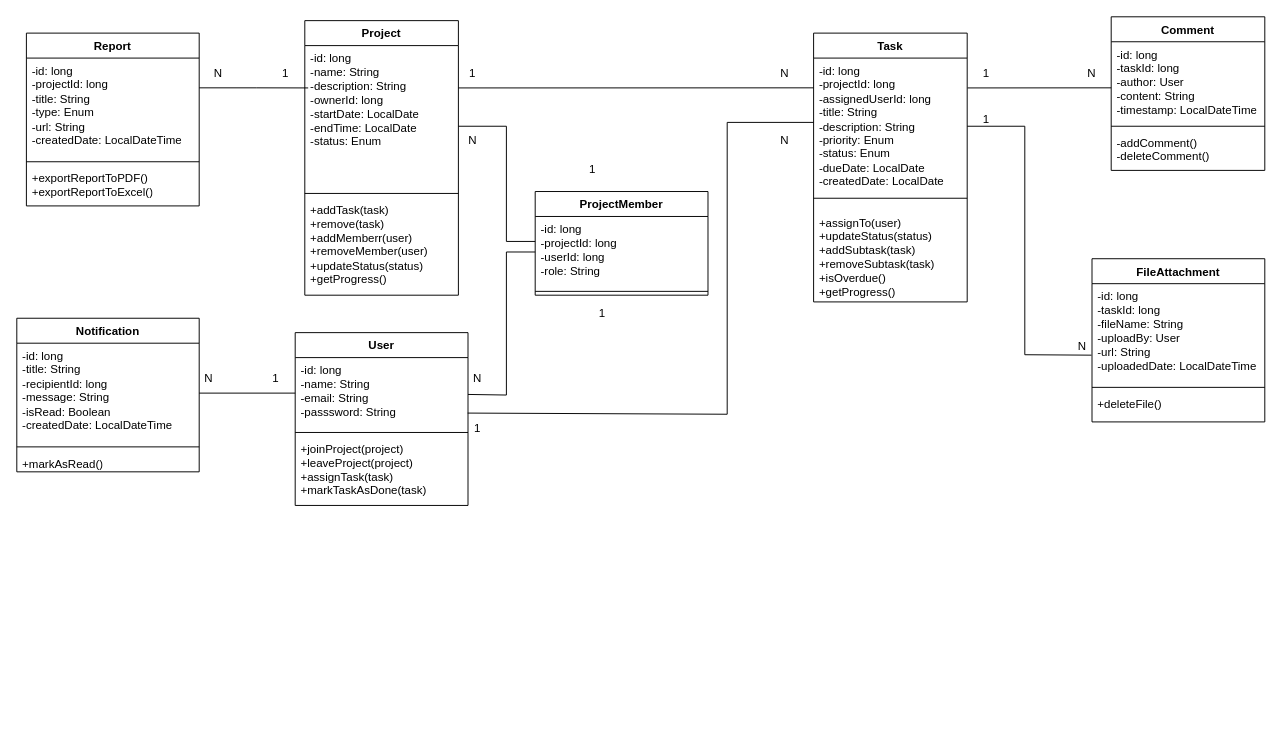
Earlier version of the draw.io diagram ClassDiagram.drawio (nguyen2f/UNIWork). Source tidied: cells renumbered, new cells numbered last; positions are measured from the earlier drawing's top-left corner, leaving out a move shared by most shapes. Both pictures are drawn from the tidied source at 96%, with x=0, y=0 at pixel (16, 16).
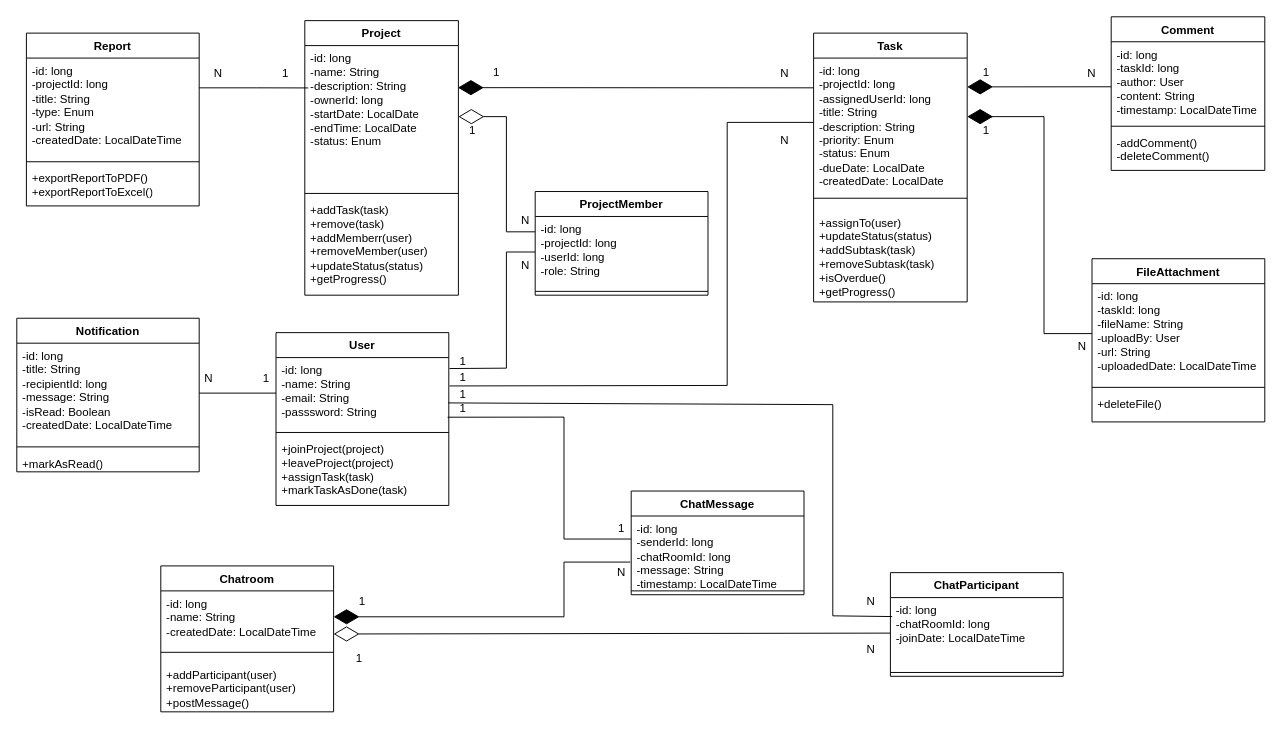
After the change.

Unchanged cells that the change refers to:
```xml
<mxCell id="3" value="-id: long&lt;div&gt;-name: String&lt;/div&gt;&lt;div&gt;-description: String&lt;/div&gt;&lt;div&gt;-ownerId: long&lt;/div&gt;&lt;div&gt;-startDate: LocalDate&lt;/div&gt;&lt;div&gt;-endTime: LocalDate&lt;/div&gt;&lt;div&gt;-status: Enum&lt;/div&gt;&lt;div&gt;&lt;br&gt;&lt;/div&gt;" style="text;strokeColor=none;fillColor=none;align=left;verticalAlign=top;spacingLeft=4;spacingRight=4;overflow=hidden;points=[[0,0.5],[1,0.5]];portConstraint=eastwest;whiteSpace=wrap;html=1;" parent="2" vertex="1">
  <mxGeometry y="26" width="160" height="150" as="geometry" />
</mxCell>
<mxCell id="7" value="-id: long&lt;div&gt;-projectId: long&lt;/div&gt;&lt;div&gt;-assignedUserId: long&lt;br&gt;&lt;div&gt;-title: String&lt;/div&gt;&lt;div&gt;-description: String&lt;/div&gt;&lt;div&gt;&lt;span style=&quot;background-color: transparent; color: light-dark(rgb(0, 0, 0), rgb(255, 255, 255));&quot;&gt;-priority: Enum&lt;/span&gt;&lt;/div&gt;&lt;div&gt;-status: Enum&lt;/div&gt;&lt;div&gt;-dueDate:&amp;nbsp;&lt;span style=&quot;background-color: transparent; color: light-dark(rgb(0, 0, 0), rgb(255, 255, 255));&quot;&gt;LocalDate&lt;/span&gt;&lt;/div&gt;&lt;div&gt;-createdDate:&amp;nbsp;&lt;span style=&quot;background-color: transparent; color: light-dark(rgb(0, 0, 0), rgb(255, 255, 255));&quot;&gt;LocalDate&lt;/span&gt;&lt;/div&gt;&lt;div&gt;-updateDate:&amp;nbsp;&lt;span style=&quot;background-color: transparent; color: light-dark(rgb(0, 0, 0), rgb(255, 255, 255));&quot;&gt;LocalDate&lt;/span&gt;&lt;/div&gt;&lt;div&gt;&lt;br&gt;&lt;/div&gt;&lt;/div&gt;" style="text;strokeColor=none;fillColor=none;align=left;verticalAlign=top;spacingLeft=4;spacingRight=4;overflow=hidden;points=[[0,0.5],[1,0.5]];portConstraint=eastwest;whiteSpace=wrap;html=1;" parent="6" vertex="1">
  <mxGeometry y="26" width="160" height="134" as="geometry" />
</mxCell>
<mxCell id="12" value="-id: long&lt;div&gt;&lt;span style=&quot;background-color: transparent; color: light-dark(rgb(0, 0, 0), rgb(255, 255, 255));&quot;&gt;-name: String&lt;/span&gt;&lt;div&gt;-email: String&lt;/div&gt;&lt;div&gt;-passsword: String&lt;/div&gt;&lt;/div&gt;" style="text;strokeColor=none;fillColor=none;align=left;verticalAlign=top;spacingLeft=4;spacingRight=4;overflow=hidden;points=[[0,0.5],[1,0.5]];portConstraint=eastwest;whiteSpace=wrap;html=1;" parent="11" vertex="1">
  <mxGeometry y="26" width="180" height="74" as="geometry" />
</mxCell>
<mxCell id="20" value="-id: long&lt;div&gt;-taskId: long&lt;br&gt;&lt;div&gt;&lt;span style=&quot;background-color: transparent; color: light-dark(rgb(0, 0, 0), rgb(255, 255, 255));&quot;&gt;-fileName: String&lt;/span&gt;&lt;/div&gt;&lt;div&gt;&lt;span style=&quot;background-color: transparent; color: light-dark(rgb(0, 0, 0), rgb(255, 255, 255));&quot;&gt;-uploadBy: User&lt;/span&gt;&lt;/div&gt;&lt;div&gt;-url: String&lt;/div&gt;&lt;div&gt;-uploadedDate:&amp;nbsp;&lt;span style=&quot;background-color: transparent; color: light-dark(rgb(0, 0, 0), rgb(255, 255, 255));&quot;&gt;LocalDateTime&lt;/span&gt;&lt;/div&gt;&lt;div&gt;&lt;br&gt;&lt;/div&gt;&lt;/div&gt;" style="text;strokeColor=none;fillColor=none;align=left;verticalAlign=top;spacingLeft=4;spacingRight=4;overflow=hidden;points=[[0,0.5],[1,0.5]];portConstraint=eastwest;whiteSpace=wrap;html=1;" parent="19" vertex="1">
  <mxGeometry y="26" width="180" height="104" as="geometry" />
</mxCell>
<mxCell id="28" value="N" style="text;strokeColor=none;align=center;fillColor=none;html=1;verticalAlign=middle;whiteSpace=wrap;rounded=0;" parent="1" vertex="1">
  <mxGeometry x="770" y="44" width="60" height="30" as="geometry" />
</mxCell>
<mxCell id="40" value="-id: long&lt;div&gt;-projectId: long&lt;/div&gt;&lt;div&gt;-userId: long&lt;/div&gt;&lt;div&gt;-role: String&lt;/div&gt;" style="text;strokeColor=none;fillColor=none;align=left;verticalAlign=top;spacingLeft=4;spacingRight=4;overflow=hidden;points=[[0,0.5],[1,0.5]];portConstraint=eastwest;whiteSpace=wrap;html=1;" parent="39" vertex="1">
  <mxGeometry y="26" width="180" height="74" as="geometry" />
</mxCell>
<mxCell id="49" value="N" style="text;strokeColor=none;align=center;fillColor=none;html=1;verticalAlign=middle;whiteSpace=wrap;rounded=0;" parent="1" vertex="1">
  <mxGeometry x="1090" y="44" width="60" height="30" as="geometry" />
</mxCell>
```

Change to the diagram source:
```diff
@@
     <mxCell id="11" value="User" style="swimlane;fontStyle=1;align=center;verticalAlign=top;horizontal=1;startSize=26;whiteSpace=wrap;html=1;" parent="1" vertex="1">
-      <mxGeometry x="290" y="329" width="180" height="180" as="geometry" />
+      <mxGeometry x="270" y="329" width="180" height="180" as="geometry" />
     </mxCell>
@@
-    <mxCell id="27" value="N" style="text;strokeColor=none;align=center;fillColor=none;html=1;verticalAlign=middle;whiteSpace=wrap;rounded=0;" parent="1" vertex="1">
-      <mxGeometry x="445" y="362" width="70" height="30" as="geometry" />
+    <mxCell id="27" value="1" style="text;strokeColor=none;align=center;fillColor=none;html=1;verticalAlign=middle;whiteSpace=wrap;rounded=0;" parent="1" vertex="1">
+      <mxGeometry x="430" y="344" width="70" height="30" as="geometry" />
     </mxCell>
@@
     <mxCell id="29" value="1" style="text;strokeColor=none;align=center;fillColor=none;html=1;verticalAlign=middle;whiteSpace=wrap;rounded=0;" parent="1" vertex="1">
-      <mxGeometry x="445" y="44" width="60" height="30" as="geometry" />
+      <mxGeometry x="470" y="43" width="60" height="30" as="geometry" />
     </mxCell>
     <mxCell id="30" value="1" style="text;strokeColor=none;align=center;fillColor=none;html=1;verticalAlign=middle;whiteSpace=wrap;rounded=0;" parent="1" vertex="1">
-      <mxGeometry x="450" y="414" width="60" height="30" as="geometry" />
+      <mxGeometry x="435" y="370" width="60" height="48" as="geometry" />
     </mxCell>
     <mxCell id="31" value="1" style="text;strokeColor=none;align=center;fillColor=none;html=1;verticalAlign=middle;whiteSpace=wrap;rounded=0;" parent="1" vertex="1">
-      <mxGeometry x="240" y="362" width="60" height="30" as="geometry" />
+      <mxGeometry x="230" y="362" width="60" height="30" as="geometry" />
     </mxCell>
@@
     <mxCell id="33" value="1" style="text;strokeColor=none;align=center;fillColor=none;html=1;verticalAlign=middle;whiteSpace=wrap;rounded=0;" parent="1" vertex="1">
-      <mxGeometry x="980" y="92" width="60" height="30" as="geometry" />
+      <mxGeometry x="980" y="104" width="60" height="30" as="geometry" />
     </mxCell>
     <mxCell id="34" value="1" style="text;strokeColor=none;align=center;fillColor=none;html=1;verticalAlign=middle;whiteSpace=wrap;rounded=0;" parent="1" vertex="1">
-      <mxGeometry x="980" y="44" width="60" height="30" as="geometry" />
+      <mxGeometry x="980" y="43" width="60" height="30" as="geometry" />
     </mxCell>
@@
-    <mxCell id="37" value="N" style="text;strokeColor=none;align=center;fillColor=none;html=1;verticalAlign=middle;whiteSpace=wrap;rounded=0;" parent="1" vertex="1">
-      <mxGeometry x="445" y="114" width="60" height="30" as="geometry" />
+    <mxCell id="37" value="1" style="text;strokeColor=none;align=center;fillColor=none;html=1;verticalAlign=middle;whiteSpace=wrap;rounded=0;" parent="1" vertex="1">
+      <mxGeometry x="445" y="104" width="60" height="30" as="geometry" />
     </mxCell>
@@
-    <mxCell id="42" value="1" style="text;strokeColor=none;align=center;fillColor=none;html=1;verticalAlign=middle;whiteSpace=wrap;rounded=0;" parent="1" vertex="1">
-      <mxGeometry x="570" y="144" width="60" height="30" as="geometry" />
+    <mxCell id="42" value="N&lt;div&gt;&lt;br/&gt;&lt;/div&gt;" style="text;strokeColor=none;align=center;fillColor=none;html=1;verticalAlign=middle;whiteSpace=wrap;rounded=0;" parent="1" vertex="1">
+      <mxGeometry x="500" y="204" width="60" height="30" as="geometry" />
     </mxCell>
-    <mxCell id="43" value="1" style="text;strokeColor=none;align=center;fillColor=none;html=1;verticalAlign=middle;whiteSpace=wrap;rounded=0;" parent="1" vertex="1">
-      <mxGeometry x="580" y="294" width="60" height="30" as="geometry" />
+    <mxCell id="43" value="N" style="text;strokeColor=none;align=center;fillColor=none;html=1;verticalAlign=middle;whiteSpace=wrap;rounded=0;" parent="1" vertex="1">
+      <mxGeometry x="500" y="244" width="60" height="30" as="geometry" />
     </mxCell>
@@
-    <mxCell id="52" style="endArrow=none;html=1;rounded=0;entryX=1;entryY=1;entryDx=0;entryDy=0;exitX=1;exitY=0.294;exitDx=0;exitDy=0;exitPerimeter=0;" parent="1" edge="1" source="3" target="28">
-      <mxGeometry relative="1" as="geometry" />
-    </mxCell>
-    <mxCell id="53" style="endArrow=none;html=1;rounded=0;" parent="1" edge="1">
-      <mxGeometry relative="1" as="geometry">
-        <mxPoint x="460" y="114" as="sourcePoint" />
-        <mxPoint x="540" y="234" as="targetPoint" />
-        <Array as="points">
-          <mxPoint x="510" y="114" />
-          <mxPoint x="510" y="234" />
-        </Array>
-      </mxGeometry>
-    </mxCell>
-    <mxCell id="54" style="endArrow=none;html=1;rounded=0;entryX=0;entryY=0.5;entryDx=0;entryDy=0;" parent="1" edge="1" source="12" target="40">
+    <mxCell id="54" style="endArrow=none;html=1;rounded=0;entryX=0;entryY=0.5;entryDx=0;entryDy=0;exitX=1.004;exitY=0.154;exitDx=0;exitDy=0;exitPerimeter=0;" parent="1" edge="1" source="12" target="40">
       <mxGeometry relative="1" as="geometry">
         <Array as="points">
-          <mxPoint x="510" y="394" />
+          <mxPoint x="510" y="366" />
           <mxPoint x="510" y="245" />
         </Array>
       </mxGeometry>
     </mxCell>
-    <mxCell id="55" style="endArrow=none;html=1;rounded=0;exitX=0.998;exitY=0.781;exitDx=0;exitDy=0;exitPerimeter=0;" parent="1" edge="1" source="12" target="7">
+    <mxCell id="55" style="endArrow=none;html=1;rounded=0;exitX=1.004;exitY=0.399;exitDx=0;exitDy=0;exitPerimeter=0;" parent="1" edge="1" source="12" target="7">
       <mxGeometry relative="1" as="geometry">
         <Array as="points">
-          <mxPoint x="740" y="414" />
+          <mxPoint x="740" y="384" />
           <mxPoint x="740" y="110" />
         </Array>
       </mxGeometry>
     </mxCell>
-    <mxCell id="56" style="endArrow=none;html=1;rounded=0;exitX=1.002;exitY=0.232;exitDx=0;exitDy=0;exitPerimeter=0;" parent="1" edge="1" source="7">
-      <mxGeometry relative="1" as="geometry">
-        <mxPoint x="1140" y="74" as="targetPoint" />
-      </mxGeometry>
-    </mxCell>
-    <mxCell id="57" style="endArrow=none;html=1;rounded=0;entryX=-0.003;entryY=0.716;entryDx=0;entryDy=0;entryPerimeter=0;" parent="1" edge="1" target="20">
-      <mxGeometry relative="1" as="geometry">
-        <mxPoint x="990" y="114" as="sourcePoint" />
-        <Array as="points">
-          <mxPoint x="1050" y="114" />
-          <mxPoint x="1050" y="352" />
-        </Array>
-      </mxGeometry>
-    </mxCell>
+    <mxCell id="58" value="Chatroom" style="swimlane;fontStyle=1;align=center;verticalAlign=top;horizontal=1;startSize=26;whiteSpace=wrap;html=1;" parent="1" vertex="1">
+      <mxGeometry x="150" y="572" width="180" height="152" as="geometry" />
+    </mxCell>
+    <mxCell id="59" value="-id: long&lt;div&gt;&lt;span style=&quot;background-color: transparent; color: light-dark(rgb(0, 0, 0), rgb(255, 255, 255));&quot;&gt;-name: String&lt;/span&gt;&lt;div&gt;-createdDate: LocalDateTime&lt;/div&gt;&lt;/div&gt;" style="text;strokeColor=none;fillColor=none;align=left;verticalAlign=top;spacingLeft=4;spacingRight=4;overflow=hidden;points=[[0,0.5],[1,0.5]];portConstraint=eastwest;whiteSpace=wrap;html=1;" parent="58" vertex="1">
+      <mxGeometry y="26" width="180" height="54" as="geometry" />
+    </mxCell>
+    <mxCell id="60" style="line;strokeWidth=1;fillColor=none;align=left;verticalAlign=middle;spacingTop=-1;spacingLeft=3;spacingRight=3;labelPosition=right;strokeColor=inherit;" parent="58" vertex="1">
+      <mxGeometry y="80" width="180" height="20" as="geometry" />
+    </mxCell>
+    <mxCell id="61" value="+addParticipant(user)&lt;br&gt;&lt;div&gt;&lt;span style=&quot;background-color: transparent; color: light-dark(rgb(0, 0, 0), rgb(255, 255, 255));&quot;&gt;+removeParticipant(user)&lt;/span&gt;&lt;/div&gt;&lt;div&gt;&lt;span style=&quot;background-color: transparent; color: light-dark(rgb(0, 0, 0), rgb(255, 255, 255));&quot;&gt;+postMessage()&lt;/span&gt;&lt;/div&gt;" style="text;strokeColor=none;fillColor=none;align=left;verticalAlign=top;spacingLeft=4;spacingRight=4;overflow=hidden;whiteSpace=wrap;html=1;" parent="58" vertex="1">
+      <mxGeometry y="100" width="180" height="52" as="geometry" />
+    </mxCell>
+    <mxCell id="62" value="ChatParticipant" style="swimlane;fontStyle=1;align=center;verticalAlign=top;horizontal=1;startSize=26;whiteSpace=wrap;html=1;" parent="1" vertex="1">
+      <mxGeometry x="910" y="579" width="180" height="108" as="geometry" />
+    </mxCell>
+    <mxCell id="63" style="endArrow=diamondThin;endFill=0;endSize=24;html=1;rounded=0;entryX=0.833;entryY=0.852;entryDx=0;entryDy=0;entryPerimeter=0;exitX=0;exitY=0.5;exitDx=0;exitDy=0;" parent="62" edge="1" source="64">
+      <mxGeometry relative="1" as="geometry">
+        <mxPoint x="-580" y="63.9" as="targetPoint" />
+      </mxGeometry>
+    </mxCell>
+    <mxCell id="64" value="-id: long&lt;div&gt;-chatRoomId: long&lt;/div&gt;&lt;div&gt;-joinDate: LocalDateTime&lt;/div&gt;" style="text;strokeColor=none;fillColor=none;align=left;verticalAlign=top;spacingLeft=4;spacingRight=4;overflow=hidden;points=[[0,0.5],[1,0.5]];portConstraint=eastwest;whiteSpace=wrap;html=1;" parent="62" vertex="1">
+      <mxGeometry y="26" width="180" height="74" as="geometry" />
+    </mxCell>
+    <mxCell id="65" style="line;strokeWidth=1;fillColor=none;align=left;verticalAlign=middle;spacingTop=-1;spacingLeft=3;spacingRight=3;labelPosition=right;strokeColor=inherit;" parent="62" vertex="1">
+      <mxGeometry y="100" width="180" height="8" as="geometry" />
+    </mxCell>
+    <mxCell id="66" value="ChatMessage" style="swimlane;fontStyle=1;align=center;verticalAlign=top;horizontal=1;startSize=26;whiteSpace=wrap;html=1;" parent="1" vertex="1">
+      <mxGeometry x="640" y="494" width="180" height="108" as="geometry" />
+    </mxCell>
+    <mxCell id="67" value="-id: long&lt;div&gt;-senderId: long&lt;/div&gt;&lt;div&gt;-chatRoomId: long&lt;/div&gt;&lt;div&gt;-message: String&lt;/div&gt;&lt;div&gt;-timestamp: LocalDateTime&lt;/div&gt;" style="text;strokeColor=none;fillColor=none;align=left;verticalAlign=top;spacingLeft=4;spacingRight=4;overflow=hidden;whiteSpace=wrap;html=1;" parent="66" vertex="1">
+      <mxGeometry y="26" width="180" height="74" as="geometry" />
+    </mxCell>
+    <mxCell id="68" style="line;strokeWidth=1;fillColor=none;align=left;verticalAlign=middle;spacingTop=-1;spacingLeft=3;spacingRight=3;labelPosition=right;strokeColor=inherit;" parent="66" vertex="1">
+      <mxGeometry y="100" width="180" height="8" as="geometry" />
+    </mxCell>
+    <mxCell id="69" style="endArrow=none;html=1;rounded=0;exitX=0.01;exitY=0.267;exitDx=0;exitDy=0;exitPerimeter=0;entryX=0.997;entryY=0.638;entryDx=0;entryDy=0;entryPerimeter=0;" parent="1" edge="1" source="64" target="12">
+      <mxGeometry relative="1" as="geometry">
+        <Array as="points">
+          <mxPoint x="850" y="624" />
+          <mxPoint x="850" y="404" />
+        </Array>
+      </mxGeometry>
+    </mxCell>
+    <mxCell id="70" style="endArrow=diamondThin;endFill=1;endSize=24;html=1;rounded=0;entryX=0.997;entryY=0.292;entryDx=0;entryDy=0;entryPerimeter=0;exitX=1;exitY=1;exitDx=0;exitDy=0;" parent="1" edge="1" source="28" target="3">
+      <mxGeometry relative="1" as="geometry" />
+    </mxCell>
+    <mxCell id="71" style="endArrow=diamondThin;endFill=0;endSize=24;html=1;rounded=0;entryX=0.25;entryY=0;entryDx=0;entryDy=0;exitX=0;exitY=0.216;exitDx=0;exitDy=0;exitPerimeter=0;" parent="1" edge="1" source="40" target="37">
+      <mxGeometry relative="1" as="geometry">
+        <Array as="points">
+          <mxPoint x="510" y="224" />
+          <mxPoint x="510" y="104" />
+        </Array>
+      </mxGeometry>
+    </mxCell>
+    <mxCell id="72" value="1" style="text;strokeColor=none;align=center;fillColor=none;html=1;verticalAlign=middle;whiteSpace=wrap;rounded=0;" parent="1" vertex="1">
+      <mxGeometry x="435" y="360" width="60" height="32" as="geometry" />
+    </mxCell>
+    <mxCell id="73" value="N" style="text;strokeColor=none;align=center;fillColor=none;html=1;verticalAlign=middle;whiteSpace=wrap;rounded=0;" parent="1" vertex="1">
+      <mxGeometry x="860" y="594" width="60" height="30" as="geometry" />
+    </mxCell>
+    <mxCell id="74" value="N" style="text;strokeColor=none;align=center;fillColor=none;html=1;verticalAlign=middle;whiteSpace=wrap;rounded=0;" parent="1" vertex="1">
+      <mxGeometry x="860" y="644" width="60" height="30" as="geometry" />
+    </mxCell>
+    <mxCell id="75" value="1" style="text;strokeColor=none;align=center;fillColor=none;html=1;verticalAlign=middle;whiteSpace=wrap;rounded=0;" parent="1" vertex="1">
+      <mxGeometry x="327" y="654" width="60" height="30" as="geometry" />
+    </mxCell>
+    <mxCell id="76" style="endArrow=diamondThin;endFill=1;endSize=24;html=1;rounded=0;entryX=1;entryY=0.5;entryDx=0;entryDy=0;" parent="1" edge="1" target="59">
+      <mxGeometry relative="1" as="geometry">
+        <mxPoint x="639" y="568" as="sourcePoint" />
+        <Array as="points">
+          <mxPoint x="570" y="568" />
+          <mxPoint x="570" y="625" />
+        </Array>
+      </mxGeometry>
+    </mxCell>
+    <mxCell id="77" value="1" style="text;strokeColor=none;align=center;fillColor=none;html=1;verticalAlign=middle;whiteSpace=wrap;rounded=0;" parent="1" vertex="1">
+      <mxGeometry x="330" y="594" width="60" height="30" as="geometry" />
+    </mxCell>
+    <mxCell id="78" value="N" style="text;strokeColor=none;align=center;fillColor=none;html=1;verticalAlign=middle;whiteSpace=wrap;rounded=0;" parent="1" vertex="1">
+      <mxGeometry x="600" y="564" width="60" height="30" as="geometry" />
+    </mxCell>
+    <mxCell id="79" style="endArrow=none;html=1;rounded=0;exitX=0.993;exitY=0.839;exitDx=0;exitDy=0;exitPerimeter=0;" parent="1" edge="1" source="12">
+      <mxGeometry relative="1" as="geometry">
+        <mxPoint x="640" y="544" as="targetPoint" />
+        <Array as="points">
+          <mxPoint x="570" y="417" />
+          <mxPoint x="570" y="544" />
+        </Array>
+      </mxGeometry>
+    </mxCell>
+    <mxCell id="80" value="1" style="text;strokeColor=none;align=center;fillColor=none;html=1;verticalAlign=middle;whiteSpace=wrap;rounded=0;" parent="1" vertex="1">
+      <mxGeometry x="435" y="384" width="60" height="48" as="geometry" />
+    </mxCell>
+    <mxCell id="81" value="1" style="text;strokeColor=none;align=center;fillColor=none;html=1;verticalAlign=middle;whiteSpace=wrap;rounded=0;" parent="1" vertex="1">
+      <mxGeometry x="600" y="509" width="60" height="48" as="geometry" />
+    </mxCell>
+    <mxCell id="82" style="endArrow=diamondThin;endFill=1;endSize=24;html=1;rounded=0;" parent="1" edge="1" source="20">
+      <mxGeometry relative="1" as="geometry">
+        <mxPoint x="990" y="104" as="targetPoint" />
+        <Array as="points">
+          <mxPoint x="1070" y="330" />
+          <mxPoint x="1070" y="104" />
+          <mxPoint x="1000" y="104" />
+        </Array>
+      </mxGeometry>
+    </mxCell>
+    <mxCell id="83" style="endArrow=diamondThin;endFill=1;endSize=24;html=1;rounded=0;exitX=0.832;exitY=0.963;exitDx=0;exitDy=0;exitPerimeter=0;" parent="1" edge="1" source="49">
+      <mxGeometry relative="1" as="geometry">
+        <mxPoint x="990" y="73" as="targetPoint" />
+      </mxGeometry>
+    </mxCell>
```
